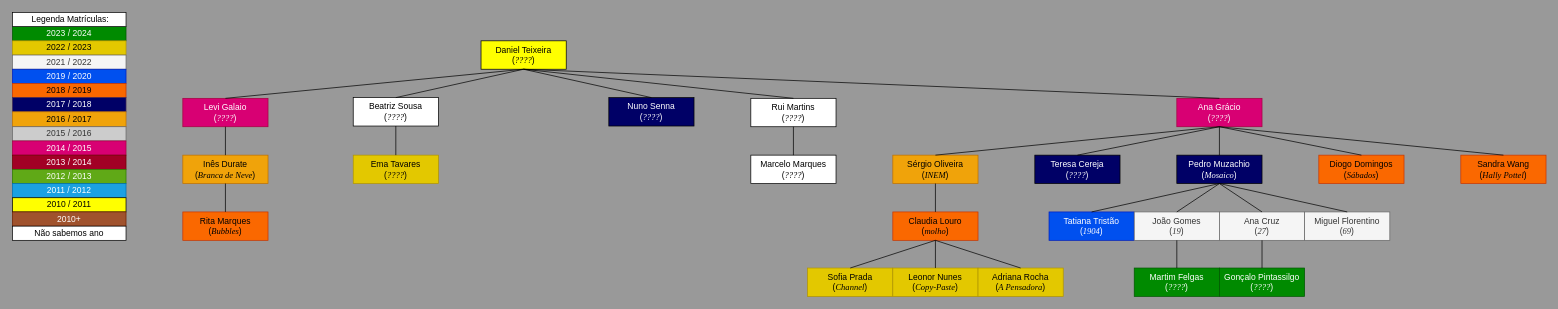
pdmtmr/PDMTMRTESTLOCATION-AKA-ARBUSTO keeps this draw.io diagram as Draw.io/Familia_do_Daniel_Teixeira.drawio. Above is the earlier version. Source tidied: cells renumbered, new cells numbered last; positions are measured from the earlier drawing's top-left corner, leaving out a move shared by most shapes. Both pictures are drawn from the tidied source at 71%, with x=0, y=0 at pixel (12, 12).
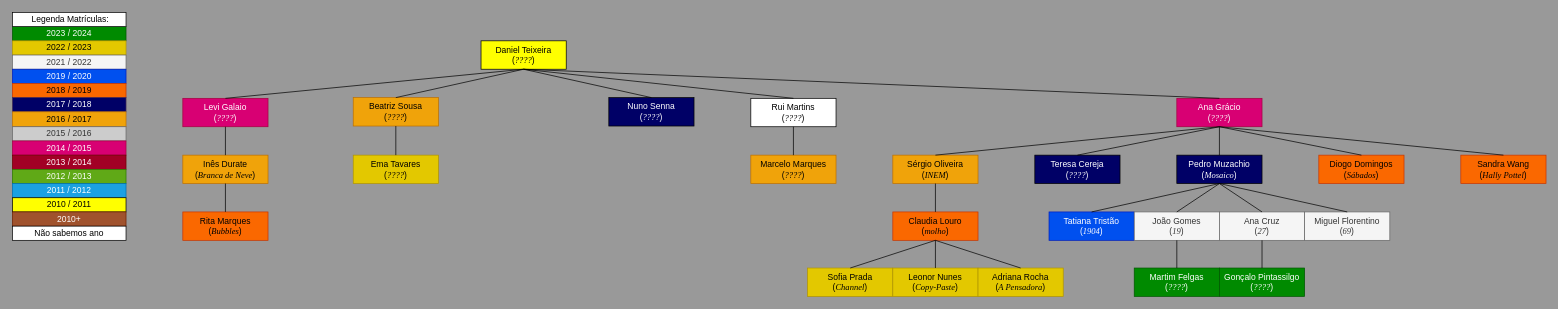
Above is the later version.

Diff of the diagram source:
```diff
@@
-    <mxCell id="29" value="&lt;div&gt;&lt;span style=&quot;background-color: initial;&quot;&gt;Marcelo Marques&lt;/span&gt;&lt;/div&gt;&lt;div&gt;&lt;span style=&quot;background-color: initial;&quot;&gt;(&lt;/span&gt;&lt;i style=&quot;background-color: initial;&quot;&gt;&lt;font face=&quot;Times New Roman&quot;&gt;????&lt;/font&gt;&lt;/i&gt;&lt;span style=&quot;background-color: initial;&quot;&gt;)&lt;/span&gt;&lt;/div&gt;" style="rounded=0;whiteSpace=wrap;html=1;" parent="1" vertex="1">
+    <mxCell id="29" value="&lt;div&gt;&lt;span style=&quot;background-color: initial;&quot;&gt;Marcelo Marques&lt;/span&gt;&lt;/div&gt;&lt;div&gt;&lt;span style=&quot;background-color: initial;&quot;&gt;(&lt;/span&gt;&lt;i style=&quot;background-color: initial;&quot;&gt;&lt;font face=&quot;Times New Roman&quot;&gt;????&lt;/font&gt;&lt;/i&gt;&lt;span style=&quot;background-color: initial;&quot;&gt;)&lt;/span&gt;&lt;/div&gt;" style="rounded=0;whiteSpace=wrap;html=1;fillColor=#f0a30a;fontColor=#000000;strokeColor=#BD7000;" parent="1" vertex="1">
       <mxGeometry x="1040" y="201" width="120" height="40" as="geometry" />
     </mxCell>
@@
-    <mxCell id="31" value="&lt;div&gt;&lt;span style=&quot;background-color: initial;&quot;&gt;Beatriz Sousa&lt;/span&gt;&lt;/div&gt;&lt;div&gt;&lt;span style=&quot;background-color: initial;&quot;&gt;(&lt;/span&gt;&lt;i style=&quot;background-color: initial;&quot;&gt;&lt;font face=&quot;Times New Roman&quot;&gt;????&lt;/font&gt;&lt;/i&gt;&lt;span style=&quot;background-color: initial;&quot;&gt;)&lt;/span&gt;&lt;/div&gt;" style="rounded=0;whiteSpace=wrap;html=1;" parent="1" vertex="1">
+    <mxCell id="31" value="&lt;div&gt;&lt;span style=&quot;background-color: initial;&quot;&gt;Beatriz Sousa&lt;/span&gt;&lt;/div&gt;&lt;div&gt;&lt;span style=&quot;background-color: initial;&quot;&gt;(&lt;/span&gt;&lt;i style=&quot;background-color: initial;&quot;&gt;&lt;font face=&quot;Times New Roman&quot;&gt;????&lt;/font&gt;&lt;/i&gt;&lt;span style=&quot;background-color: initial;&quot;&gt;)&lt;/span&gt;&lt;/div&gt;" style="rounded=0;whiteSpace=wrap;html=1;fillColor=#f0a30a;fontColor=#000000;strokeColor=#BD7000;" parent="1" vertex="1">
       <mxGeometry x="480" y="120" width="120" height="40" as="geometry" />
     </mxCell>
```
